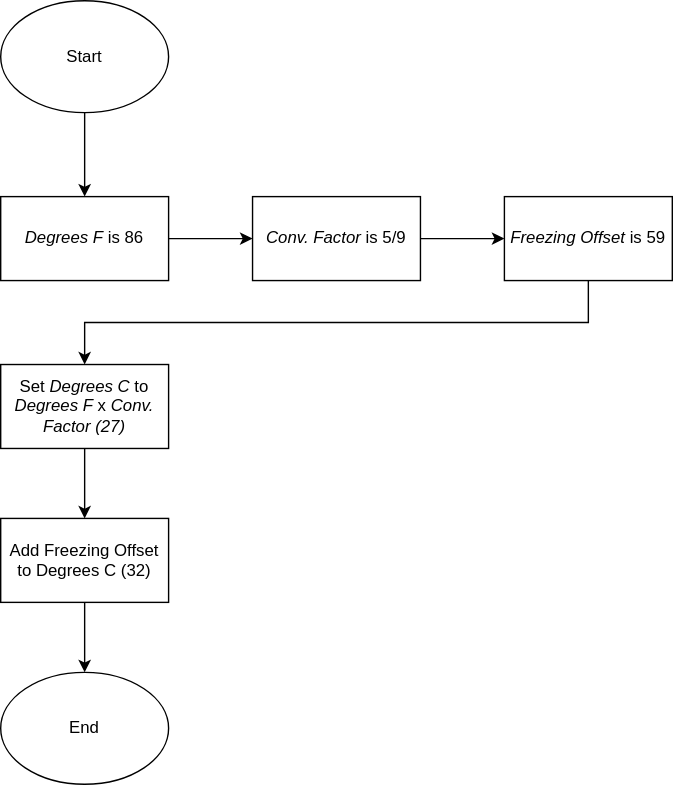
Above: Tech_Elevator_Variables.drawio.svg in mpricamz/TechElevatorOpen (draw.io), before the change. Source tidied: cells renumbered, new cells last; positions are measured from the earlier drawing's top-left corner, leaving out a move shared by most shapes.
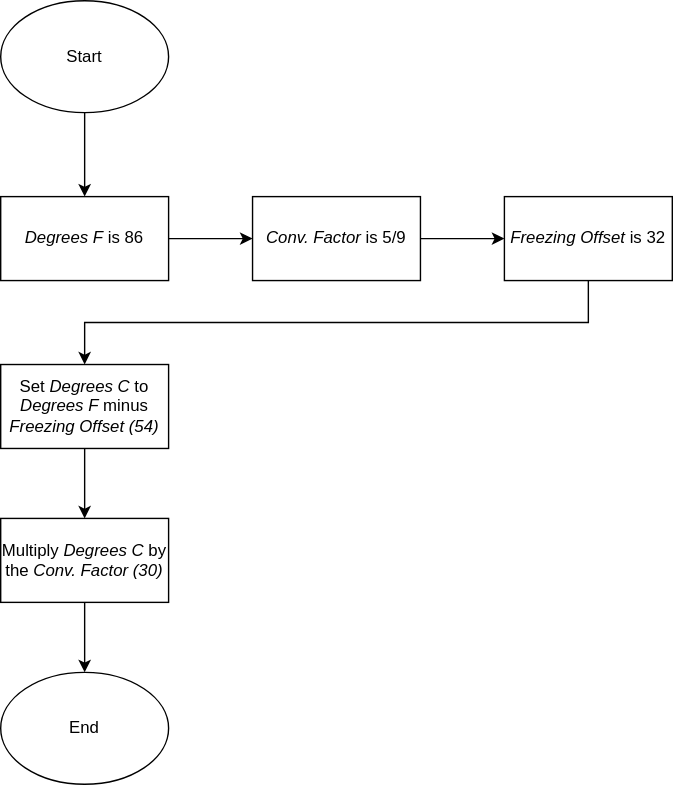
The same diagram one commit later.

The edit, as a diff of the source:
```diff
@@ -23,19 +23,19 @@
     <mxCell id="8" style="edgeStyle=orthogonalEdgeStyle;rounded=0;jettySize=auto;html=1;exitX=0.5;exitY=1;exitDx=0;exitDy=0;entryX=0.5;entryY=0;entryDx=0;entryDy=0;" parent="1" edge="1" source="9" target="11">
       <mxGeometry relative="1" as="geometry" />
     </mxCell>
-    <mxCell id="9" value="&lt;i&gt;Freezing Offset&lt;/i&gt; is 59" style="rounded=0;whiteSpace=wrap;html=1;" parent="1" vertex="1">
+    <mxCell id="9" value="&lt;i&gt;Freezing Offset&lt;/i&gt; is 32" style="rounded=0;whiteSpace=wrap;html=1;" parent="1" vertex="1">
       <mxGeometry x="360" y="140" width="120" height="60" as="geometry" />
     </mxCell>
     <mxCell id="10" style="edgeStyle=orthogonalEdgeStyle;rounded=0;jettySize=auto;html=1;exitX=0.5;exitY=1;exitDx=0;exitDy=0;" parent="1" edge="1" source="11" target="13">
       <mxGeometry relative="1" as="geometry" />
     </mxCell>
-    <mxCell id="11" value="Set &lt;i&gt;Degrees C&lt;/i&gt; to &lt;i&gt;Degrees F&lt;/i&gt; x &lt;i&gt;Conv. Factor (27)&lt;/i&gt;" style="rounded=0;whiteSpace=wrap;html=1;" parent="1" vertex="1">
+    <mxCell id="11" value="Set &lt;i&gt;Degrees C&lt;/i&gt; to &lt;i&gt;Degrees F&lt;/i&gt;&amp;nbsp;minus &lt;i&gt;Freezing Offset&lt;/i&gt;&amp;nbsp;&lt;i&gt;(54)&lt;/i&gt;" style="rounded=0;whiteSpace=wrap;html=1;" parent="1" vertex="1">
       <mxGeometry y="260" width="120" height="60" as="geometry" />
     </mxCell>
     <mxCell id="12" style="edgeStyle=orthogonalEdgeStyle;rounded=0;jettySize=auto;html=1;exitX=0.5;exitY=1;exitDx=0;exitDy=0;entryX=0.5;entryY=0;entryDx=0;entryDy=0;" parent="1" edge="1" source="13" target="14">
       <mxGeometry relative="1" as="geometry" />
     </mxCell>
-    <mxCell id="13" value="Add Freezing Offset to Degrees C (32)" style="rounded=0;whiteSpace=wrap;html=1;" parent="1" vertex="1">
+    <mxCell id="13" value="Multiply &lt;i&gt;Degrees C &lt;/i&gt;by the &lt;i&gt;Conv. Factor (30)&lt;/i&gt;" style="rounded=0;whiteSpace=wrap;html=1;" parent="1" vertex="1">
       <mxGeometry y="370" width="120" height="60" as="geometry" />
     </mxCell>
     <mxCell id="14" value="End" style="ellipse;whiteSpace=wrap;html=1;" parent="1" vertex="1">
```
